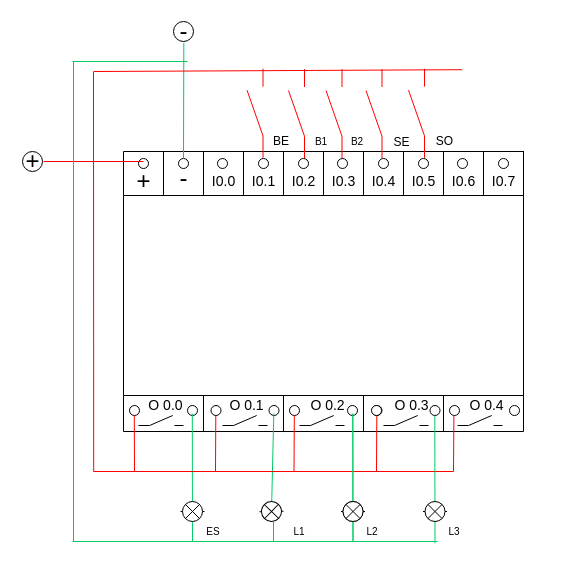
vittoria-thomasini/industrial-automation-plc keeps this draw.io diagram as IdentifiedCountItens.drawio. Above is the earlier version. Source tidied: cells renumbered, new cells numbered last; positions are measured from the earlier drawing's top-left corner, leaving out a move shared by most shapes. Both pictures are drawn from the tidied source at 100%, with x=0, y=0 at pixel (17, 21).
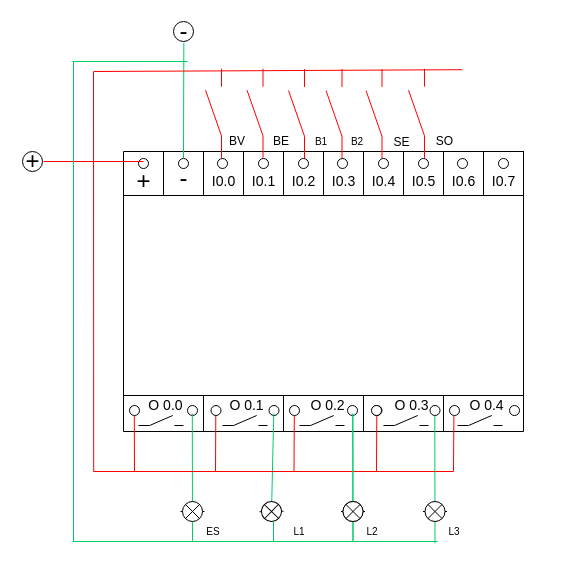
The same page after the edit.

The edit, as a diff of the source:
```diff
@@
+    <mxCell id="98" style="verticalLabelPosition=bottom;shadow=0;dashed=0;align=center;html=1;verticalAlign=top;shape=mxgraph.electrical.electro-mechanical.make_contact;hachureGap=4;strokeColor=#FF0000;rotation=-90;" parent="1" vertex="1">
+      <mxGeometry x="151.5" y="83.8" width="89" height="16" as="geometry" />
+    </mxCell>
+    <mxCell id="99" value="BV" style="text;html=1;strokeColor=none;fillColor=none;align=center;verticalAlign=middle;whiteSpace=wrap;rounded=0;" parent="1" vertex="1">
+      <mxGeometry x="200" y="110" width="40" height="20" as="geometry" />
+    </mxCell>
```
